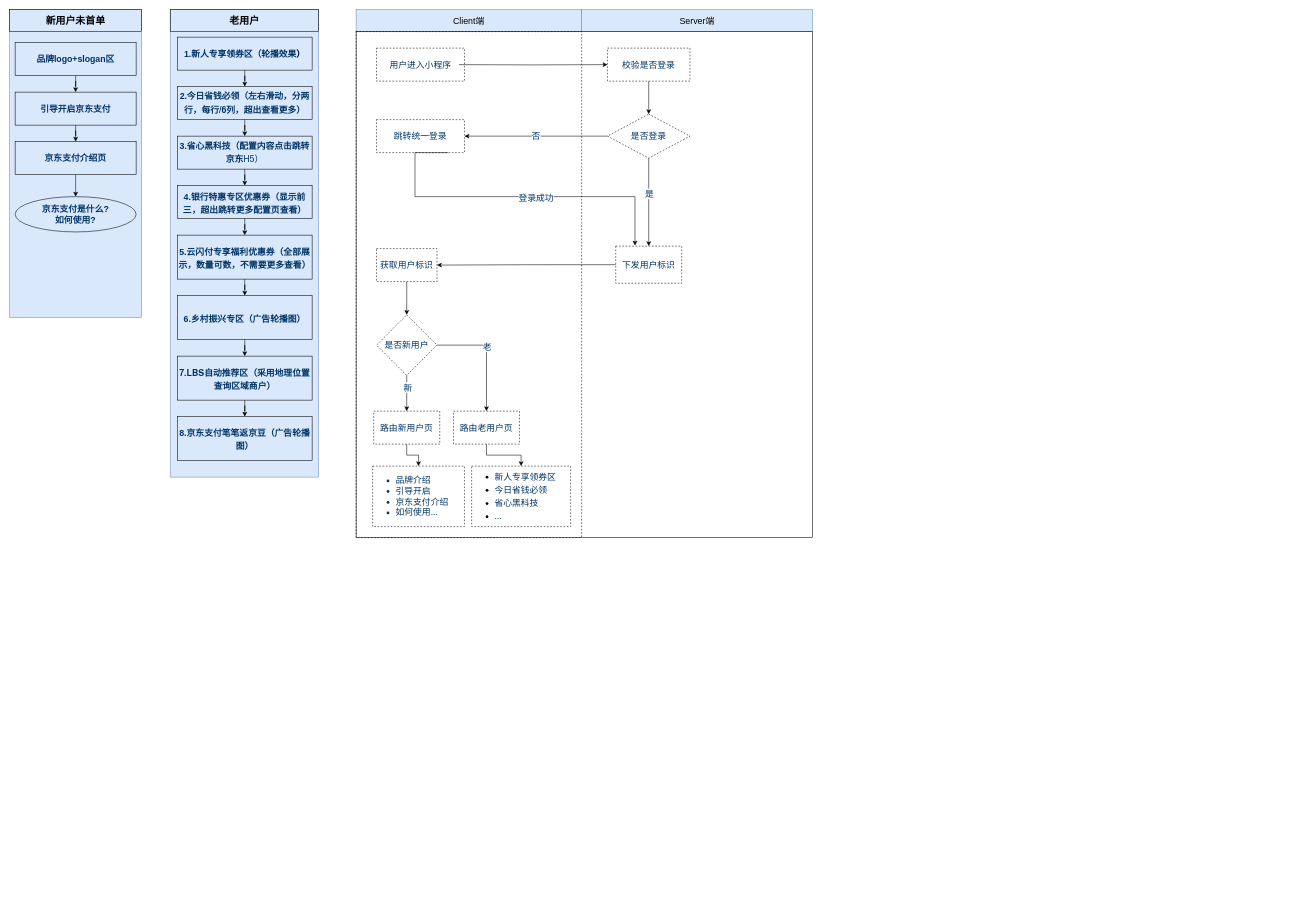
Before: 整体架构图.drawio in joh126/v_project, a draw.io diagram. Source tidied: cells renumbered, new cells numbered last; positions are measured from the earlier drawing's top-left corner, leaving out a move shared by most shapes. Both pictures are drawn from the tidied source at 55%, with x=0, y=0 at pixel (9, 9).
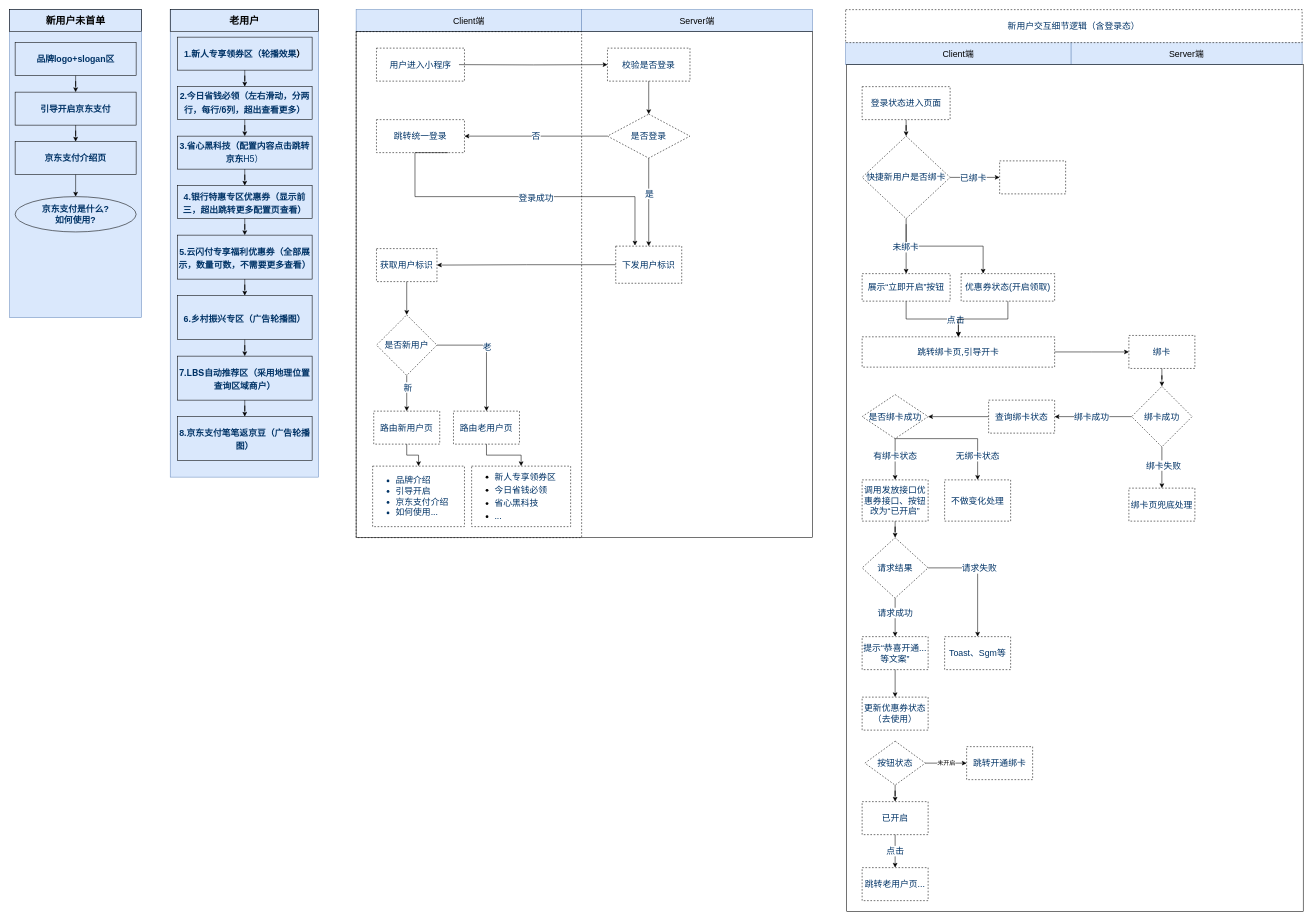
Above is the later version.

Commit message:
Update 整体架构图.drawio

Diff of the diagram source:
```diff
@@
+    <mxCell id="59" value="Client端" style="rounded=0;whiteSpace=wrap;html=1;sketch=0;fontFamily=Helvetica;fontSize=16;strokeColor=#6c8ebf;fillColor=#dae8fc;" parent="1" vertex="1">
+      <mxGeometry x="1520" y="60" width="410" height="40" as="geometry" />
+    </mxCell>
+    <mxCell id="60" value="Server端" style="rounded=0;whiteSpace=wrap;html=1;sketch=0;fontFamily=Helvetica;fontSize=16;strokeColor=#6c8ebf;fillColor=#dae8fc;" parent="1" vertex="1">
+      <mxGeometry x="1930" y="60" width="420" height="40" as="geometry" />
+    </mxCell>
+    <mxCell id="61" style="rounded=0;whiteSpace=wrap;html=1;sketch=0;fontFamily=Helvetica;fontSize=16;fontColor=#003366;strokeColor=default;fillColor=none;" parent="1" vertex="1">
+      <mxGeometry x="1522" y="100" width="830" height="1540" as="geometry" />
+    </mxCell>
+    <mxCell id="62" style="edgeStyle=orthogonalEdgeStyle;rounded=0;jettySize=auto;html=1;fontFamily=Helvetica;fontSize=16;fontColor=#003366;" parent="1" edge="1" source="63" target="71">
+      <mxGeometry relative="1" as="geometry" />
+    </mxCell>
+    <mxCell id="63" value="登录状态进入页面" style="rounded=0;whiteSpace=wrap;html=1;dashed=1;sketch=0;fontFamily=Helvetica;fontSize=16;fontColor=#003366;strokeColor=default;fillColor=none;" parent="1" vertex="1">
+      <mxGeometry x="1550" y="140" width="160" height="60" as="geometry" />
+    </mxCell>
+    <mxCell id="64" value="新用户交互细节逻辑（含登录态）" style="rounded=0;whiteSpace=wrap;html=1;dashed=1;labelBackgroundColor=none;sketch=0;fontFamily=Helvetica;fontSize=16;fontColor=#003366;strokeColor=default;fillColor=default;" parent="1" vertex="1">
+      <mxGeometry x="1520" width="830" height="60" as="geometry" />
+    </mxCell>
+    <mxCell id="65" style="edgeStyle=orthogonalEdgeStyle;rounded=0;jettySize=auto;html=1;fontFamily=Helvetica;fontSize=16;fontColor=#003366;" parent="1" edge="1" source="71" target="72">
+      <mxGeometry relative="1" as="geometry" />
+    </mxCell>
+    <mxCell id="66" value="已绑卡" style="edgeLabel;html=1;align=center;verticalAlign=middle;fontSize=16;fontFamily=Helvetica;fontColor=#003366;" parent="65" vertex="1">
+      <mxGeometry x="-0.1" y="-4" relative="1" as="geometry">
+        <mxPoint y="-4" as="offset" />
+      </mxGeometry>
+    </mxCell>
+    <mxCell id="67" style="edgeStyle=orthogonalEdgeStyle;rounded=0;jettySize=auto;html=1;fontFamily=Helvetica;fontSize=16;fontColor=#003366;" parent="1" edge="1" source="71" target="75">
+      <mxGeometry relative="1" as="geometry" />
+    </mxCell>
+    <mxCell id="68" style="edgeStyle=orthogonalEdgeStyle;rounded=0;orthogonalLoop=1;jettySize=auto;html=1;fontFamily=Helvetica;fontSize=16;fontColor=#003366;" parent="1" edge="1">
+      <mxGeometry relative="1" as="geometry">
+        <mxPoint x="1630" y="390" as="sourcePoint" />
+        <mxPoint x="1770" y="480" as="targetPoint" />
+        <Array as="points">
+          <mxPoint x="1630" y="430" />
+          <mxPoint x="1770" y="430" />
+        </Array>
+      </mxGeometry>
+    </mxCell>
+    <mxCell id="69" style="edgeLabel;html=1;align=center;verticalAlign=middle;fontSize=16;fontFamily=Helvetica;fontColor=#003366;" parent="68" vertex="1">
+      <mxGeometry x="-0.65" y="-1" relative="1" as="geometry">
+        <mxPoint y="1" as="offset" />
+      </mxGeometry>
+    </mxCell>
+    <mxCell id="70" value="未绑卡" style="edgeLabel;html=1;align=center;verticalAlign=middle;fontSize=16;fontFamily=Helvetica;fontColor=#003366;" parent="68" vertex="1">
+      <mxGeometry x="-0.65" y="-2" relative="1" as="geometry">
+        <mxPoint x="-2" y="-1" as="offset" />
+      </mxGeometry>
+    </mxCell>
+    <mxCell id="71" value="快捷新用户是否绑卡" style="rhombus;whiteSpace=wrap;html=1;fontSize=16;fillColor=none;fontColor=#003366;rounded=0;dashed=1;sketch=0;" parent="1" vertex="1">
+      <mxGeometry x="1550" y="230" width="160" height="150" as="geometry" />
+    </mxCell>
+    <mxCell id="72" style="whiteSpace=wrap;html=1;fontSize=16;fillColor=none;fontColor=#003366;rounded=0;dashed=1;sketch=0;" parent="1" vertex="1">
+      <mxGeometry x="1800" y="275" width="120" height="60" as="geometry" />
+    </mxCell>
+    <mxCell id="73" style="edgeStyle=orthogonalEdgeStyle;rounded=0;jettySize=auto;html=1;fontFamily=Helvetica;fontSize=16;fontColor=#003366;" parent="1" edge="1" source="75" target="79">
+      <mxGeometry relative="1" as="geometry" />
+    </mxCell>
+    <mxCell id="74" value="点击" style="edgeLabel;html=1;align=center;verticalAlign=middle;fontSize=16;fontFamily=Helvetica;fontColor=#003366;" parent="73" vertex="1">
+      <mxGeometry x="0.48" y="-1" relative="1" as="geometry">
+        <mxPoint x="4" as="offset" />
+      </mxGeometry>
+    </mxCell>
+    <mxCell id="75" value="展示“立即开启”按钮" style="whiteSpace=wrap;html=1;fontSize=16;fillColor=none;fontColor=#003366;rounded=0;dashed=1;sketch=0;" parent="1" vertex="1">
+      <mxGeometry x="1550" y="480" width="160" height="50" as="geometry" />
+    </mxCell>
+    <mxCell id="76" style="edgeStyle=orthogonalEdgeStyle;rounded=0;jettySize=auto;html=1;entryX=0.5;entryY=0;entryDx=0;entryDy=0;fontFamily=Helvetica;fontSize=16;fontColor=#003366;" parent="1" edge="1" source="77" target="79">
+      <mxGeometry relative="1" as="geometry" />
+    </mxCell>
+    <mxCell id="77" value="优惠券状态(开启领取)" style="whiteSpace=wrap;html=1;fontSize=16;fillColor=none;fontColor=#003366;rounded=0;dashed=1;sketch=0;" parent="1" vertex="1">
+      <mxGeometry x="1730" y="480" width="170" height="50" as="geometry" />
+    </mxCell>
+    <mxCell id="78" style="edgeStyle=orthogonalEdgeStyle;rounded=0;jettySize=auto;html=1;fontFamily=Helvetica;fontSize=16;fontColor=#003366;" parent="1" edge="1" source="79" target="81">
+      <mxGeometry relative="1" as="geometry" />
+    </mxCell>
+    <mxCell id="79" value="跳转绑卡页,引导开卡" style="whiteSpace=wrap;html=1;fontSize=16;fillColor=none;fontColor=#003366;rounded=0;dashed=1;sketch=0;" parent="1" vertex="1">
+      <mxGeometry x="1550" y="594.9" width="350" height="55.1" as="geometry" />
+    </mxCell>
+    <mxCell id="80" style="edgeStyle=orthogonalEdgeStyle;rounded=0;jettySize=auto;html=1;fontFamily=Helvetica;fontSize=16;fontColor=#003366;" parent="1" edge="1" source="81" target="86">
+      <mxGeometry relative="1" as="geometry" />
+    </mxCell>
+    <mxCell id="81" value="绑卡" style="whiteSpace=wrap;html=1;fontSize=16;fillColor=none;fontColor=#003366;rounded=0;dashed=1;sketch=0;" parent="1" vertex="1">
+      <mxGeometry x="2035" y="592.4" width="120" height="60" as="geometry" />
+    </mxCell>
+    <mxCell id="82" style="edgeStyle=orthogonalEdgeStyle;rounded=0;jettySize=auto;html=1;fontFamily=Helvetica;fontSize=16;fontColor=#003366;" parent="1" edge="1" source="86" target="88">
+      <mxGeometry relative="1" as="geometry" />
+    </mxCell>
+    <mxCell id="83" value="绑卡成功" style="edgeLabel;html=1;align=center;verticalAlign=middle;fontSize=16;fontFamily=Helvetica;fontColor=#003366;" parent="82" vertex="1">
+      <mxGeometry x="0.08" y="3" relative="1" as="geometry">
+        <mxPoint x="2" y="-4" as="offset" />
+      </mxGeometry>
+    </mxCell>
+    <mxCell id="84" style="edgeStyle=orthogonalEdgeStyle;rounded=0;jettySize=auto;html=1;fontFamily=Helvetica;fontSize=16;fontColor=#003366;entryX=0.5;entryY=0;entryDx=0;entryDy=0;" parent="1" edge="1" source="86" target="89">
+      <mxGeometry relative="1" as="geometry" />
+    </mxCell>
+    <mxCell id="85" value="绑卡失败" style="edgeLabel;html=1;align=center;verticalAlign=middle;fontSize=16;fontFamily=Helvetica;fontColor=#003366;" parent="84" vertex="1">
+      <mxGeometry x="-0.15" y="2" relative="1" as="geometry">
+        <mxPoint y="1" as="offset" />
+      </mxGeometry>
+    </mxCell>
+    <mxCell id="86" value="绑卡成功" style="rhombus;whiteSpace=wrap;html=1;fontSize=16;fillColor=none;fontColor=#003366;rounded=0;dashed=1;sketch=0;" parent="1" vertex="1">
+      <mxGeometry x="2040" y="685" width="110" height="110" as="geometry" />
+    </mxCell>
+    <mxCell id="87" style="edgeStyle=orthogonalEdgeStyle;rounded=0;jettySize=auto;html=1;fontFamily=Helvetica;fontSize=16;fontColor=#003366;" parent="1" edge="1" source="88" target="94">
+      <mxGeometry relative="1" as="geometry" />
+    </mxCell>
+    <mxCell id="88" value="查询绑卡状态" style="whiteSpace=wrap;html=1;fontSize=16;fillColor=none;fontColor=#003366;rounded=0;dashed=1;sketch=0;" parent="1" vertex="1">
+      <mxGeometry x="1780" y="710" width="120" height="60" as="geometry" />
+    </mxCell>
+    <mxCell id="89" value="绑卡页兜底处理" style="whiteSpace=wrap;html=1;fontSize=16;fillColor=none;fontColor=#003366;rounded=0;dashed=1;sketch=0;" parent="1" vertex="1">
+      <mxGeometry x="2035" y="870" width="120" height="60" as="geometry" />
+    </mxCell>
+    <mxCell id="90" style="edgeStyle=orthogonalEdgeStyle;rounded=0;jettySize=auto;html=1;fontFamily=Helvetica;fontSize=16;fontColor=#003366;" parent="1" edge="1" source="94" target="96">
+      <mxGeometry relative="1" as="geometry" />
+    </mxCell>
+    <mxCell id="91" value="有绑卡状态" style="edgeLabel;html=1;align=center;verticalAlign=middle;fontSize=16;fontFamily=Helvetica;fontColor=#003366;" parent="90" vertex="1">
+      <mxGeometry x="-0.21" y="-1" relative="1" as="geometry">
+        <mxPoint y="1" as="offset" />
+      </mxGeometry>
+    </mxCell>
+    <mxCell id="92" style="edgeStyle=orthogonalEdgeStyle;rounded=0;jettySize=auto;html=1;fontFamily=Helvetica;fontSize=16;fontColor=#003366;" parent="1" edge="1" source="94" target="97">
+      <mxGeometry relative="1" as="geometry">
+        <Array as="points">
+          <mxPoint x="1760" y="780" />
+        </Array>
+      </mxGeometry>
+    </mxCell>
+    <mxCell id="93" value="无绑卡状态" style="edgeLabel;html=1;align=center;verticalAlign=middle;fontSize=16;fontFamily=Helvetica;fontColor=#003366;" parent="92" vertex="1">
+      <mxGeometry x="0.61" y="-1" relative="1" as="geometry" />
+    </mxCell>
+    <mxCell id="94" value="是否绑卡成功" style="rhombus;whiteSpace=wrap;html=1;fontSize=16;fillColor=none;fontColor=#003366;rounded=0;dashed=1;sketch=0;" parent="1" vertex="1">
+      <mxGeometry x="1550" y="700" width="120" height="80" as="geometry" />
+    </mxCell>
+    <mxCell id="95" style="edgeStyle=orthogonalEdgeStyle;rounded=0;jettySize=auto;html=1;fontFamily=Helvetica;fontSize=16;fontColor=#003366;" parent="1" edge="1" source="96" target="102">
+      <mxGeometry relative="1" as="geometry" />
+    </mxCell>
+    <mxCell id="96" value="调用发放接口优惠券接口、按钮改为“已开启”" style="whiteSpace=wrap;html=1;fontSize=16;fillColor=none;fontColor=#003366;rounded=0;dashed=1;sketch=0;" parent="1" vertex="1">
+      <mxGeometry x="1550" y="855" width="120" height="75" as="geometry" />
+    </mxCell>
+    <mxCell id="97" value="不做变化处理" style="whiteSpace=wrap;html=1;fontSize=16;fillColor=none;fontColor=#003366;rounded=0;dashed=1;sketch=0;" parent="1" vertex="1">
+      <mxGeometry x="1700" y="855" width="120" height="75" as="geometry" />
+    </mxCell>
+    <mxCell id="98" style="edgeStyle=orthogonalEdgeStyle;rounded=0;jettySize=auto;html=1;fontFamily=Helvetica;fontSize=16;fontColor=#003366;" parent="1" edge="1" source="102" target="104">
+      <mxGeometry relative="1" as="geometry" />
+    </mxCell>
+    <mxCell id="99" value="请求成功" style="edgeLabel;html=1;align=center;verticalAlign=middle;fontSize=16;fontFamily=Helvetica;fontColor=#003366;" parent="98" vertex="1">
+      <mxGeometry x="-0.27" y="-1" relative="1" as="geometry" />
+    </mxCell>
+    <mxCell id="100" style="edgeStyle=orthogonalEdgeStyle;rounded=0;jettySize=auto;html=1;fontFamily=Helvetica;fontSize=16;fontColor=#003366;" parent="1" edge="1" source="102" target="105">
+      <mxGeometry relative="1" as="geometry" />
+    </mxCell>
+    <mxCell id="101" value="请求失败" style="edgeLabel;html=1;align=center;verticalAlign=middle;fontSize=16;fontFamily=Helvetica;fontColor=#003366;" parent="100" vertex="1">
+      <mxGeometry x="-0.26" relative="1" as="geometry">
+        <mxPoint x="12" as="offset" />
+      </mxGeometry>
+    </mxCell>
+    <mxCell id="102" value="请求结果" style="rhombus;whiteSpace=wrap;html=1;fontSize=16;fillColor=none;fontColor=#003366;rounded=0;dashed=1;sketch=0;" parent="1" vertex="1">
+      <mxGeometry x="1550" y="960" width="120" height="110" as="geometry" />
+    </mxCell>
+    <mxCell id="103" style="edgeStyle=orthogonalEdgeStyle;rounded=0;jettySize=auto;html=1;fontFamily=Helvetica;fontSize=16;fontColor=#003366;" parent="1" edge="1" source="104" target="106">
+      <mxGeometry relative="1" as="geometry" />
+    </mxCell>
+    <mxCell id="104" value="提示“恭喜开通...等文案”" style="whiteSpace=wrap;html=1;fontSize=16;fillColor=none;fontColor=#003366;rounded=0;dashed=1;sketch=0;" parent="1" vertex="1">
+      <mxGeometry x="1550" y="1140" width="120" height="60" as="geometry" />
+    </mxCell>
+    <mxCell id="105" value="Toast、Sgm等" style="whiteSpace=wrap;html=1;fontSize=16;fillColor=none;fontColor=#003366;rounded=0;dashed=1;sketch=0;" parent="1" vertex="1">
+      <mxGeometry x="1700" y="1140" width="120" height="60" as="geometry" />
+    </mxCell>
+    <mxCell id="106" value="更新优惠券状态（去使用）" style="whiteSpace=wrap;html=1;fontSize=16;fillColor=none;fontColor=#003366;rounded=0;dashed=1;sketch=0;" parent="1" vertex="1">
+      <mxGeometry x="1550" y="1250" width="120" height="60" as="geometry" />
+    </mxCell>
+    <mxCell id="107" value="点击" style="edgeStyle=orthogonalEdgeStyle;rounded=0;jettySize=auto;html=1;fontFamily=Helvetica;fontSize=16;fontColor=#003366;" parent="1" edge="1" source="108" target="109">
+      <mxGeometry relative="1" as="geometry" />
+    </mxCell>
+    <mxCell id="108" value="已开启" style="whiteSpace=wrap;html=1;fontSize=16;fillColor=none;fontColor=#003366;rounded=0;dashed=1;sketch=0;" parent="1" vertex="1">
+      <mxGeometry x="1550" y="1440" width="120" height="60" as="geometry" />
+    </mxCell>
+    <mxCell id="109" value="跳转老用户页..." style="whiteSpace=wrap;html=1;fontSize=16;fillColor=none;fontColor=#003366;rounded=0;dashed=1;sketch=0;" parent="1" vertex="1">
+      <mxGeometry x="1550" y="1560" width="120" height="60" as="geometry" />
+    </mxCell>
+    <mxCell id="110" style="edgeStyle=orthogonalEdgeStyle;rounded=0;jettySize=auto;html=1;" parent="1" edge="1" source="112" target="108">
+      <mxGeometry relative="1" as="geometry" />
+    </mxCell>
+    <mxCell id="111" value="未开启" style="edgeStyle=orthogonalEdgeStyle;rounded=0;orthogonalLoop=1;jettySize=auto;html=1;" parent="1" edge="1">
+      <mxGeometry relative="1" as="geometry">
+        <mxPoint x="1665" y="1370" as="sourcePoint" />
+        <mxPoint x="1740" y="1370" as="targetPoint" />
+      </mxGeometry>
+    </mxCell>
+    <mxCell id="112" value="&lt;font color=&quot;#003366&quot; style=&quot;font-size: 16px&quot;&gt;按钮状态&lt;/font&gt;" style="rhombus;whiteSpace=wrap;html=1;fillColor=none;dashed=1;" parent="1" vertex="1">
+      <mxGeometry x="1555" y="1330" width="110" height="80" as="geometry" />
+    </mxCell>
+    <mxCell id="113" value="&lt;font color=&quot;#003366&quot; style=&quot;font-size: 16px&quot;&gt;跳转开通绑卡&lt;/font&gt;" style="whiteSpace=wrap;html=1;fillColor=none;dashed=1;" parent="1" vertex="1">
+      <mxGeometry x="1740" y="1340" width="120" height="60" as="geometry" />
+    </mxCell>
```
